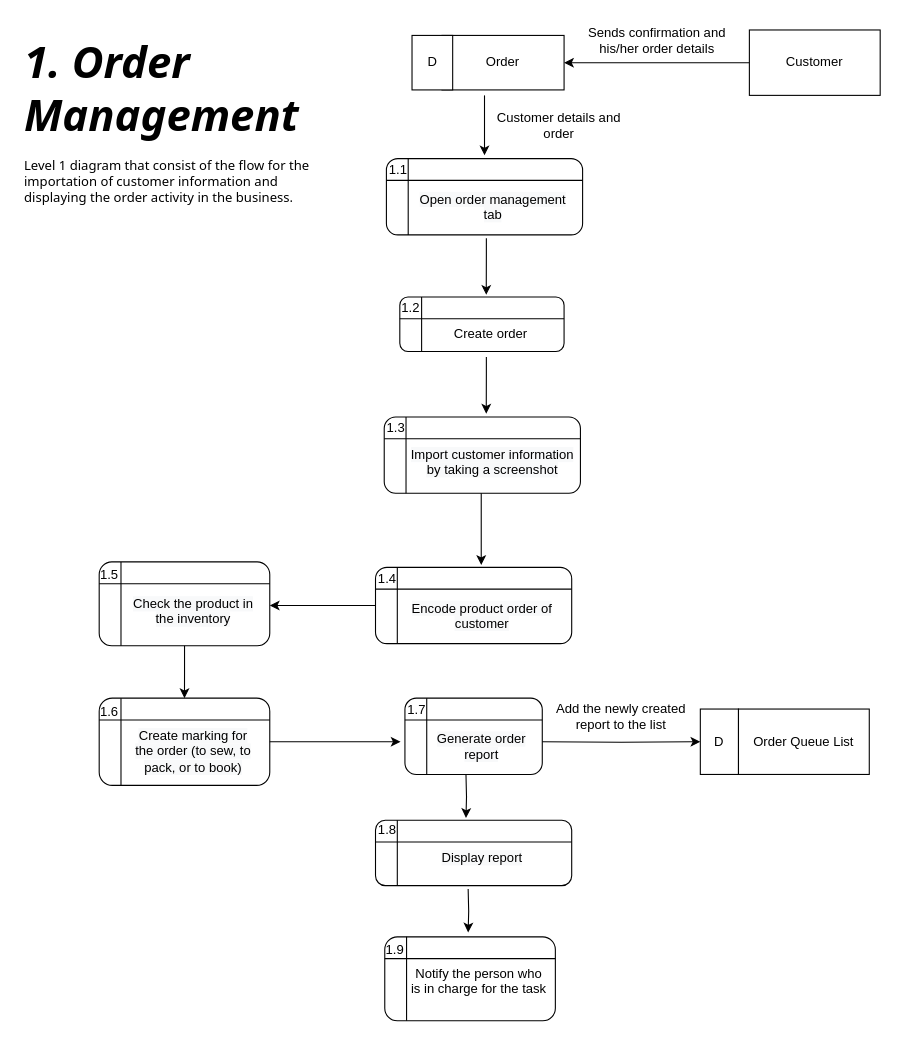
This is page "Revision Level 2 DFD (Order Queue List)" (3 of 9) of DFD DIAGRAMS.drawio from BryanFabellore/Team_SPOTLIGHT, a draw.io file, before an edit. Source tidied: cells renumbered, new cells numbered last; positions are measured from the earlier drawing's top-left corner, leaving out a move shared by most shapes. Both pictures are drawn from the tidied source at 109%, with x=0, y=0 at pixel (19, 19).
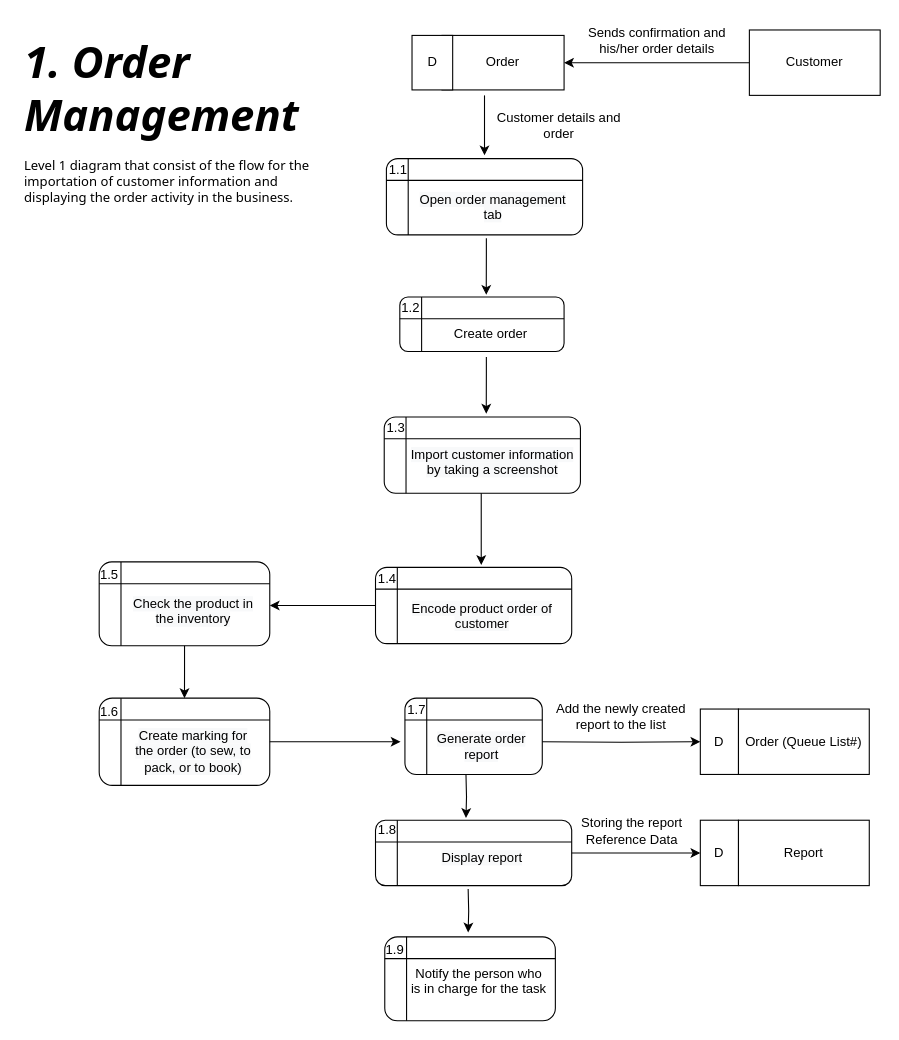
After the change.

The change refers to these unchanged cells:
```xml
<mxCell id="50" style="shape=internalStorage;whiteSpace=wrap;html=1;backgroundOutline=1;rounded=1;strokeColor=default;fontFamily=Helvetica;fontSize=12;fontColor=default;fillColor=#FFFFFF;" parent="49" vertex="1">
  <mxGeometry x="4" width="180" height="60" as="geometry" />
</mxCell>
```

Change to the diagram source:
```diff
@@
-    <mxCell id="36" value="Order Queue List" style="rounded=0;whiteSpace=wrap;html=1;strokeColor=default;fontFamily=Helvetica;fontSize=12;fontColor=default;fillColor=#FFFFFF;" parent="1" vertex="1">
+    <mxCell id="36" value="Order (Queue List#)" style="rounded=0;whiteSpace=wrap;html=1;strokeColor=default;fontFamily=Helvetica;fontSize=12;fontColor=default;fillColor=#FFFFFF;" parent="1" vertex="1">
       <mxGeometry x="660" y="633" width="120" height="60" as="geometry" />
     </mxCell>
@@
+    <mxCell id="58" value="D" style="rounded=0;whiteSpace=wrap;html=1;strokeColor=default;fontFamily=Helvetica;fontSize=12;fontColor=default;fillColor=#FFFFFF;align=center;" parent="1" vertex="1">
+      <mxGeometry x="625" y="735" width="35" height="60" as="geometry" />
+    </mxCell>
+    <mxCell id="59" value="Report" style="rounded=0;whiteSpace=wrap;html=1;strokeColor=default;fontFamily=Helvetica;fontSize=12;fontColor=default;fillColor=#FFFFFF;" parent="1" vertex="1">
+      <mxGeometry x="660" y="735" width="120" height="60" as="geometry" />
+    </mxCell>
+    <mxCell id="60" style="edgeStyle=orthogonalEdgeStyle;rounded=0;jettySize=auto;html=1;entryX=0;entryY=0.5;entryDx=0;entryDy=0;" parent="1" edge="1" source="50" target="58">
+      <mxGeometry relative="1" as="geometry" />
+    </mxCell>
+    <mxCell id="61" value="Storing the report&lt;br&gt;Reference Data" style="text;html=1;align=center;verticalAlign=middle;strokeColor=none;fillColor=none;" parent="1" vertex="1">
+      <mxGeometry x="502" y="725" width="120" height="40" as="geometry" />
+    </mxCell>
```
